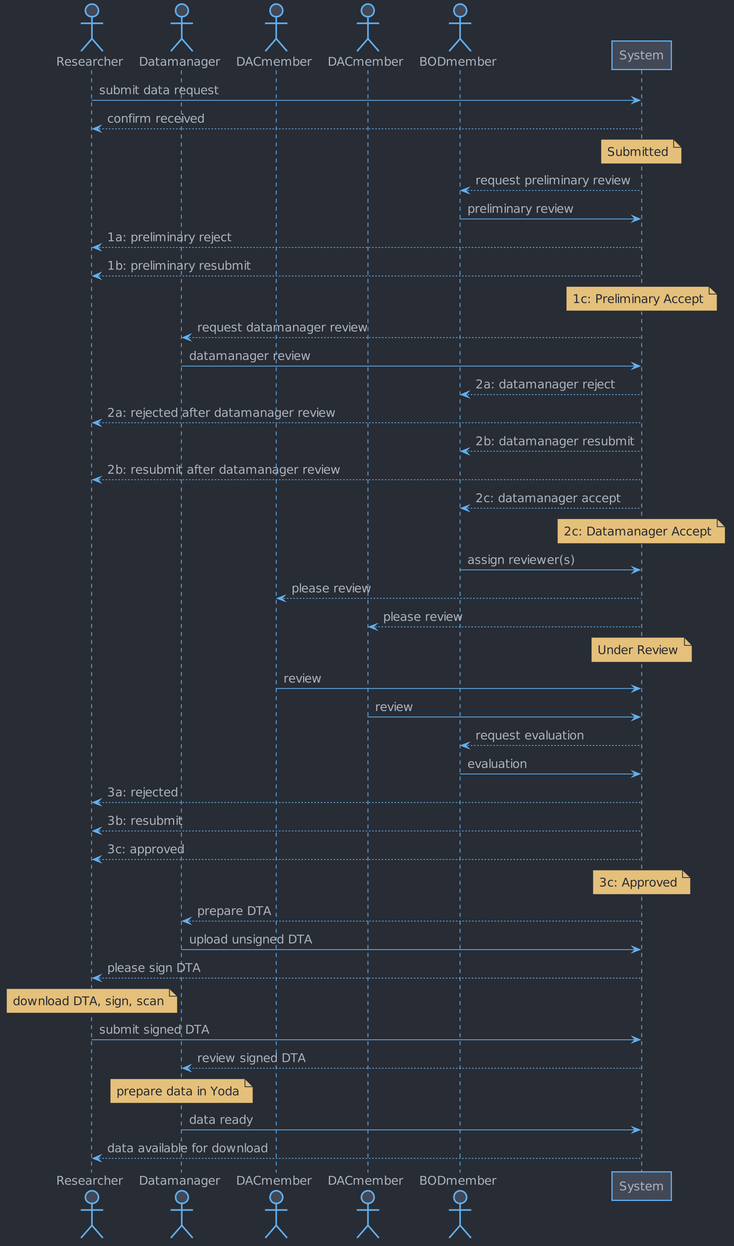
The PlantUML diagram docs/design/overview/img/datarequest/datarequest_workflow_sequence_diagram.png in UtrechtUniversity/yoda, before a commit.
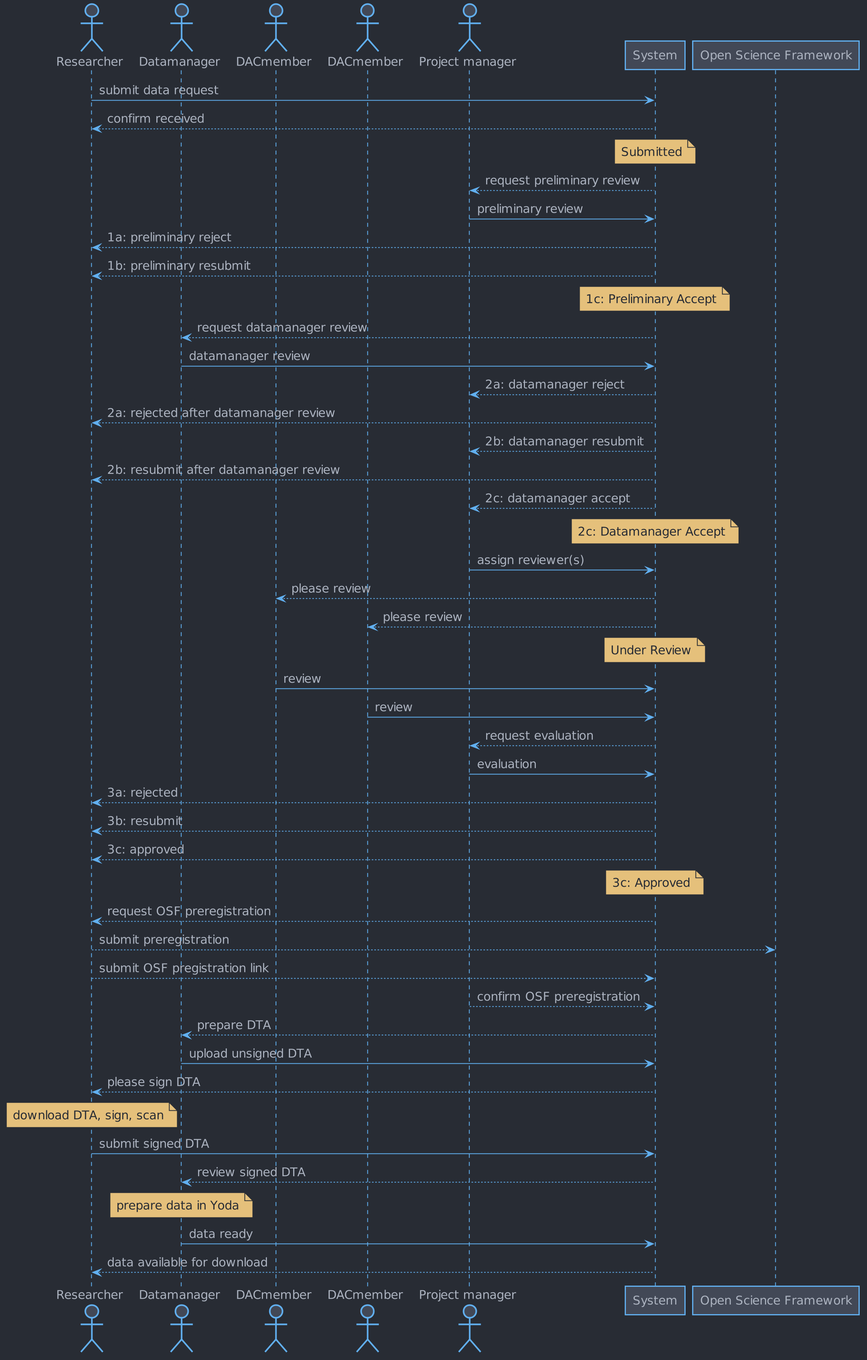
The same diagram one commit later.

Commit message:
Add OSF preregistration to DRM workflow sequence diagram

Change to the diagram source:
```diff
@@ -164,16 +164,17 @@
 actor "Datamanager" as DM
 actor "DACmember" as M1
 actor "DACmember" as M2
-actor "BODmember" as B
+actor "Project manager" as P
 participant "System" as Y
+participant "Open Science Framework" as O
 
 R -> Y   : submit data request
 Y --> R  : confirm received
 note over Y
  Submitted
 end note
-Y --> B  : request preliminary review
-B -> Y   : preliminary review
+Y --> P  : request preliminary review
+P -> Y   : preliminary review
 Y --> R  : 1a: preliminary reject
 Y --> R  : 1b: preliminary resubmit
 note over Y
@@ -181,15 +182,15 @@
 end note
 Y --> DM : request datamanager review
 DM -> Y  : datamanager review
-Y --> B  : 2a: datamanager reject
+Y --> P  : 2a: datamanager reject
 Y --> R  : 2a: rejected after datamanager review
-Y --> B  : 2b: datamanager resubmit
+Y --> P  : 2b: datamanager resubmit
 Y --> R  : 2b: resubmit after datamanager review
-Y --> B  : 2c: datamanager accept
+Y --> P  : 2c: datamanager accept
 note over Y
  2c: Datamanager Accept
 end note
-B -> Y   : assign reviewer(s)
+P -> Y   : assign reviewer(s)
 Y --> M1 : please review
 Y --> M2 : please review
 note over Y
@@ -197,14 +198,18 @@
 end note
 M1 -> Y  : review
 M2 -> Y  : review
-Y --> B  : request evaluation
-B -> Y   : evaluation
+Y --> P  : request evaluation
+P -> Y   : evaluation
 Y --> R  : 3a: rejected
 Y --> R  : 3b: resubmit
 Y --> R  : 3c: approved
 note over Y
  3c: Approved
 end note
+Y --> R  : request OSF preregistration
+R --> O  : submit preregistration
+R --> Y  : submit OSF pregistration link
+P --> Y  : confirm OSF preregistration
 Y --> DM : prepare DTA
 DM -> Y  : upload unsigned DTA
 Y --> R  : please sign DTA
```
